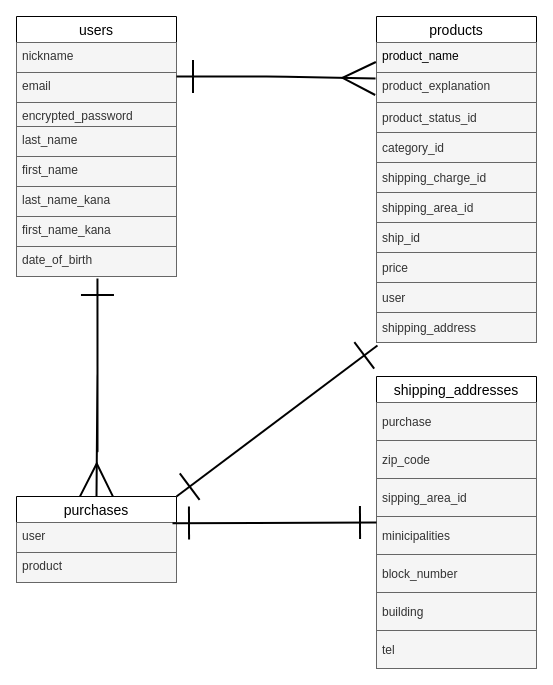
Above: furimaER.dio in kujira3206/furima-36477 (draw.io), before the change. Source tidied: cells renumbered, new cells numbered last; positions are measured from the earlier drawing's top-left corner, leaving out a move shared by most shapes. Both pictures are drawn from the tidied source at 100%, with x=0, y=0 at pixel (16, 16).
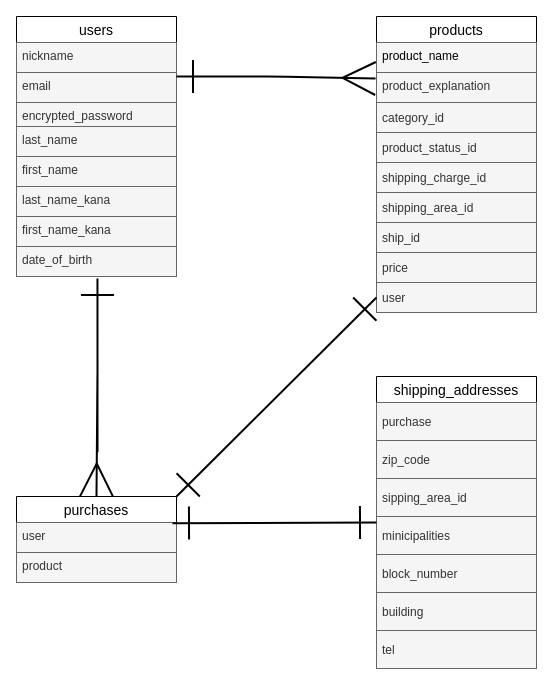
Above is the later version.

Unchanged cells that the change refers to:
```xml
<mxCell id="20" value="user" style="text;strokeColor=#666666;fillColor=#f5f5f5;spacingLeft=4;spacingRight=4;overflow=hidden;points=[[0,0.5],[1,0.5]];portConstraint=eastwest;fontSize=12;verticalAlign=middle;fontColor=#333333;" parent="11" vertex="1">
  <mxGeometry y="266" width="160" height="30" as="geometry" />
</mxCell>
<mxCell id="23" value="purchases" style="swimlane;fontStyle=0;horizontal=1;startSize=26;align=center;fontSize=14;" parent="1" vertex="1">
  <mxGeometry y="480" width="160" height="86" as="geometry" />
</mxCell>
```

The edit, as a diff of the source:
```diff
@@
     <mxCell id="11" value="products" style="swimlane;fontStyle=0;horizontal=1;startSize=26;align=center;fontSize=14;" parent="1" vertex="1">
-      <mxGeometry x="360" width="160" height="326" as="geometry" />
+      <mxGeometry x="360" width="160" height="296" as="geometry" />
     </mxCell>
@@
+    <mxCell id="15" value="category_id" style="text;spacingLeft=4;spacingRight=4;overflow=hidden;fontSize=12;verticalAlign=middle;sketch=0;fillColor=#f5f5f5;fontColor=#333333;strokeColor=#666666;" parent="11" vertex="1">
+      <mxGeometry y="86" width="160" height="30" as="geometry" />
+    </mxCell>
     <mxCell id="14" value="product_status_id" style="text;strokeColor=#666666;fillColor=#f5f5f5;spacingLeft=4;spacingRight=4;overflow=hidden;fontSize=12;verticalAlign=middle;fontColor=#333333;" parent="11" vertex="1">
-      <mxGeometry y="86" width="160" height="30" as="geometry" />
+      <mxGeometry y="116" width="160" height="30" as="geometry" />
     </mxCell>
-    <mxCell id="15" value="category_id" style="text;spacingLeft=4;spacingRight=4;overflow=hidden;fontSize=12;verticalAlign=middle;sketch=0;fillColor=#f5f5f5;fontColor=#333333;strokeColor=#666666;" parent="11" vertex="1">
-      <mxGeometry y="116" width="160" height="30" as="geometry" />
-    </mxCell>
@@
-    <mxCell id="21" value="shipping_address" style="text;spacingLeft=4;spacingRight=4;overflow=hidden;points=[[0,0.5],[1,0.5]];portConstraint=eastwest;fontSize=12;verticalAlign=middle;sketch=0;fillColor=#f5f5f5;fontColor=#333333;strokeColor=#666666;" parent="11" vertex="1">
-      <mxGeometry y="296" width="160" height="30" as="geometry" />
-    </mxCell>
@@
-    <mxCell id="28" style="edgeStyle=none;html=1;startArrow=ERone;startFill=0;endArrow=ERone;endFill=0;startSize=30;endSize=30;strokeColor=#000000;strokeWidth=2;exitX=1;exitY=0;exitDx=0;exitDy=0;entryX=0.006;entryY=1.1;entryDx=0;entryDy=0;entryPerimeter=0;" parent="1" edge="1" source="23" target="21">
+    <mxCell id="28" style="edgeStyle=none;html=1;startArrow=ERone;startFill=0;endArrow=ERone;endFill=0;startSize=30;endSize=30;strokeColor=#000000;strokeWidth=2;exitX=1;exitY=0;exitDx=0;exitDy=0;entryX=0;entryY=0.5;entryDx=0;entryDy=0;" parent="1" edge="1" source="23" target="20">
       <mxGeometry relative="1" as="geometry" />
     </mxCell>
```
